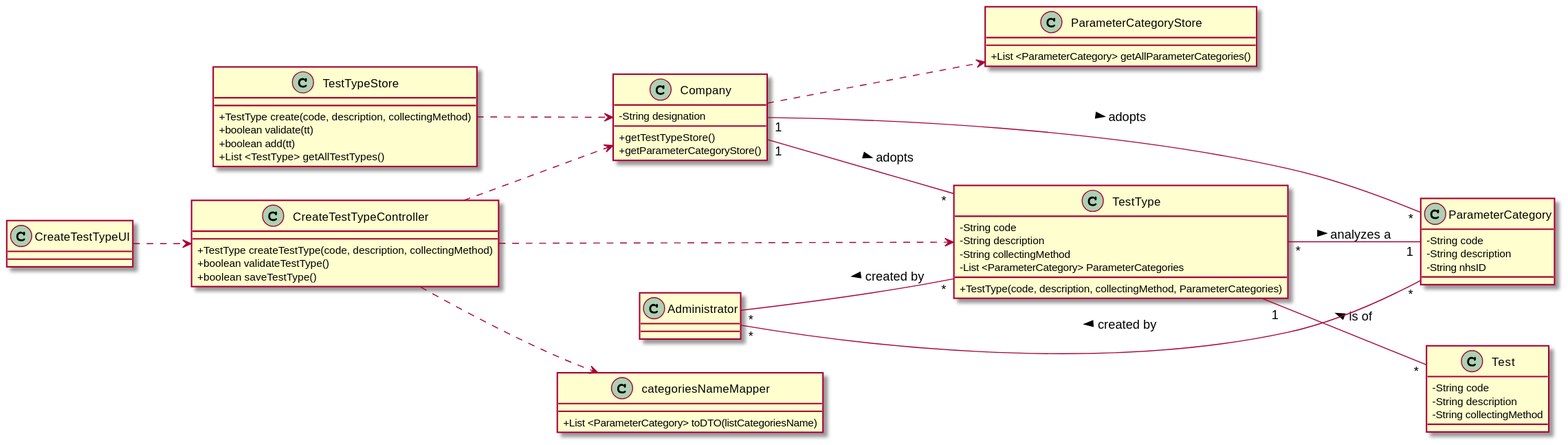
0franciscor/lei-21-s2-1de-g19 keeps this PlantUML diagram as docs/SprintB/US09/US09-CD.svg. Above is the earlier version.
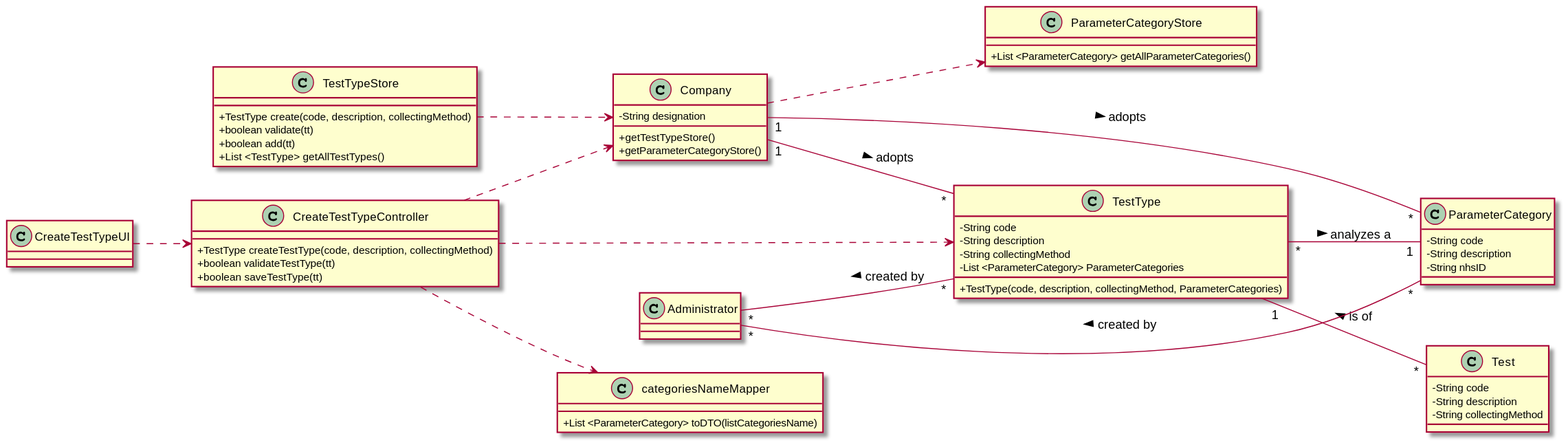
Above is the later version.

Change to the diagram source:
```diff
@@ -33,8 +33,8 @@
 
 class "CreateTestTypeController" as CTTC {
 +TestType createTestType(code, description, collectingMethod)
-+boolean validateTestType()
-+boolean saveTestType()
++boolean validateTestType(tt)
++boolean saveTestType(tt)
 }
 
 class "Test" as T{
```
